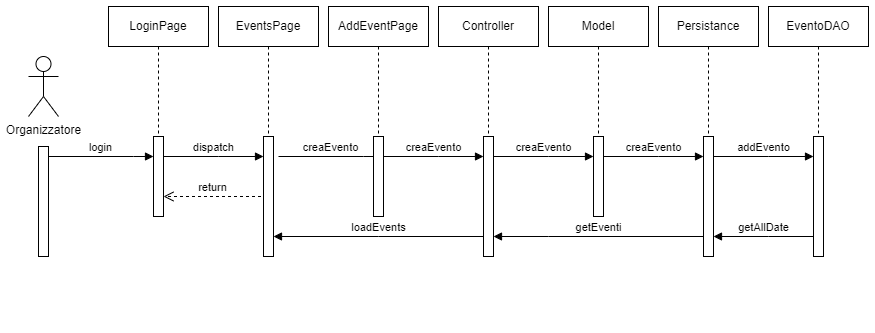
Before: Documentazione/Diagrammi/Draw.io/images/creazioneEvento.png, a diagram exported from draw.io (IngSW-unipv/Progetto-H25). Source tidied: cells renumbered, new cells last; positions are measured from the earlier drawing's top-left corner, leaving out a move shared by most shapes.
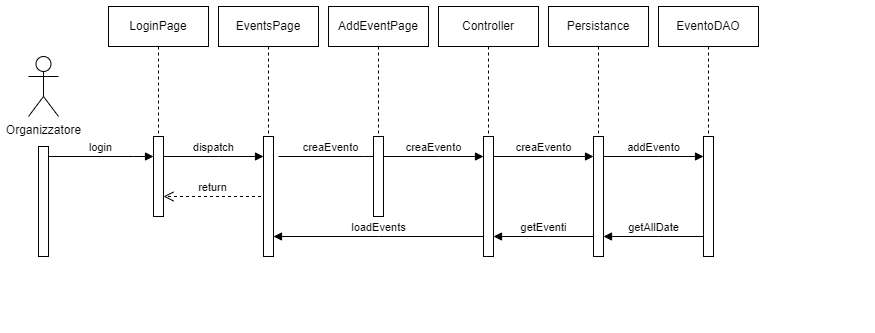
The same file after the commit.

Diff of the diagram source:
```diff
@@ -85,26 +85,8 @@
     <mxCell id="21" style="html=1;points=[[0,0,0,0,5],[0,1,0,0,-5],[1,0,0,0,5],[1,1,0,0,-5]];perimeter=orthogonalPerimeter;outlineConnect=0;targetShapes=umlLifeline;portConstraint=eastwest;newEdgeStyle={&quot;curved&quot;:0,&quot;rounded&quot;:0};" parent="19" vertex="1">
       <mxGeometry x="45" y="130" width="10" height="120" as="geometry" />
     </mxCell>
-    <mxCell id="22" style="group;" parent="2" vertex="1">
-      <mxGeometry x="520" width="100" height="210" as="geometry" />
-    </mxCell>
-    <mxCell id="23" value="Model" style="shape=umlLifeline;perimeter=lifelinePerimeter;whiteSpace=wrap;html=1;newEdgeStyle={&quot;edgeStyle&quot;:&quot;elbowEdgeStyle&quot;,&quot;elbow&quot;:&quot;vertical&quot;,&quot;curved&quot;:0,&quot;rounded&quot;:0};" parent="22" vertex="1">
-      <mxGeometry width="100" height="210" as="geometry" />
-    </mxCell>
-    <mxCell id="24" style="html=1;perimeter=orthogonalPerimeter;targetShapes=umlLifeline;newEdgeStyle={&quot;curved&quot;:0,&quot;rounded&quot;:0};" parent="22" vertex="1">
-      <mxGeometry x="45" y="130" width="10" height="80" as="geometry" />
-    </mxCell>
-    <mxCell id="25" value="creaEvento" style="html=1;verticalAlign=bottom;endArrow=block;edgeStyle=elbowEdgeStyle;elbow=vertical;curved=0;rounded=0;" parent="22" edge="1">
-      <mxGeometry relative="1" as="geometry">
-        <mxPoint x="-55" y="150" as="sourcePoint" />
-        <mxPoint x="45" y="150" as="targetPoint" />
-        <Array as="points">
-          <mxPoint y="150" />
-        </Array>
-      </mxGeometry>
-    </mxCell>
     <mxCell id="26" style="group;" parent="2" vertex="1">
-      <mxGeometry x="630" width="100" height="280" as="geometry" />
+      <mxGeometry x="520" width="100" height="280" as="geometry" />
     </mxCell>
     <mxCell id="27" value="Persistance" style="shape=umlLifeline;perimeter=lifelinePerimeter;whiteSpace=wrap;html=1;newEdgeStyle={&quot;edgeStyle&quot;:&quot;elbowEdgeStyle&quot;,&quot;elbow&quot;:&quot;vertical&quot;,&quot;curved&quot;:0,&quot;rounded&quot;:0};" parent="26" vertex="1">
       <mxGeometry width="100" height="210" as="geometry" />
@@ -122,7 +104,7 @@
       </mxGeometry>
     </mxCell>
     <mxCell id="30" style="group;" parent="2" vertex="1">
-      <mxGeometry x="740" width="100" height="270" as="geometry" />
+      <mxGeometry x="630" width="100" height="270" as="geometry" />
     </mxCell>
     <mxCell id="31" value="EventoDAO" style="shape=umlLifeline;perimeter=lifelinePerimeter;whiteSpace=wrap;html=1;newEdgeStyle={&quot;edgeStyle&quot;:&quot;elbowEdgeStyle&quot;,&quot;elbow&quot;:&quot;vertical&quot;,&quot;curved&quot;:0,&quot;rounded&quot;:0};" parent="30" vertex="1">
       <mxGeometry width="100" height="210" as="geometry" />
@@ -156,7 +138,7 @@
     <mxCell id="36" value="getAllDate" style="html=1;verticalAlign=bottom;endArrow=block;edgeStyle=elbowEdgeStyle;elbow=vertical;curved=0;rounded=0;" parent="2" edge="1" source="32" target="28">
       <mxGeometry relative="1" as="geometry">
         <Array as="points">
-          <mxPoint x="740" y="230" />
+          <mxPoint x="630" y="230" />
         </Array>
       </mxGeometry>
     </mxCell>
```
